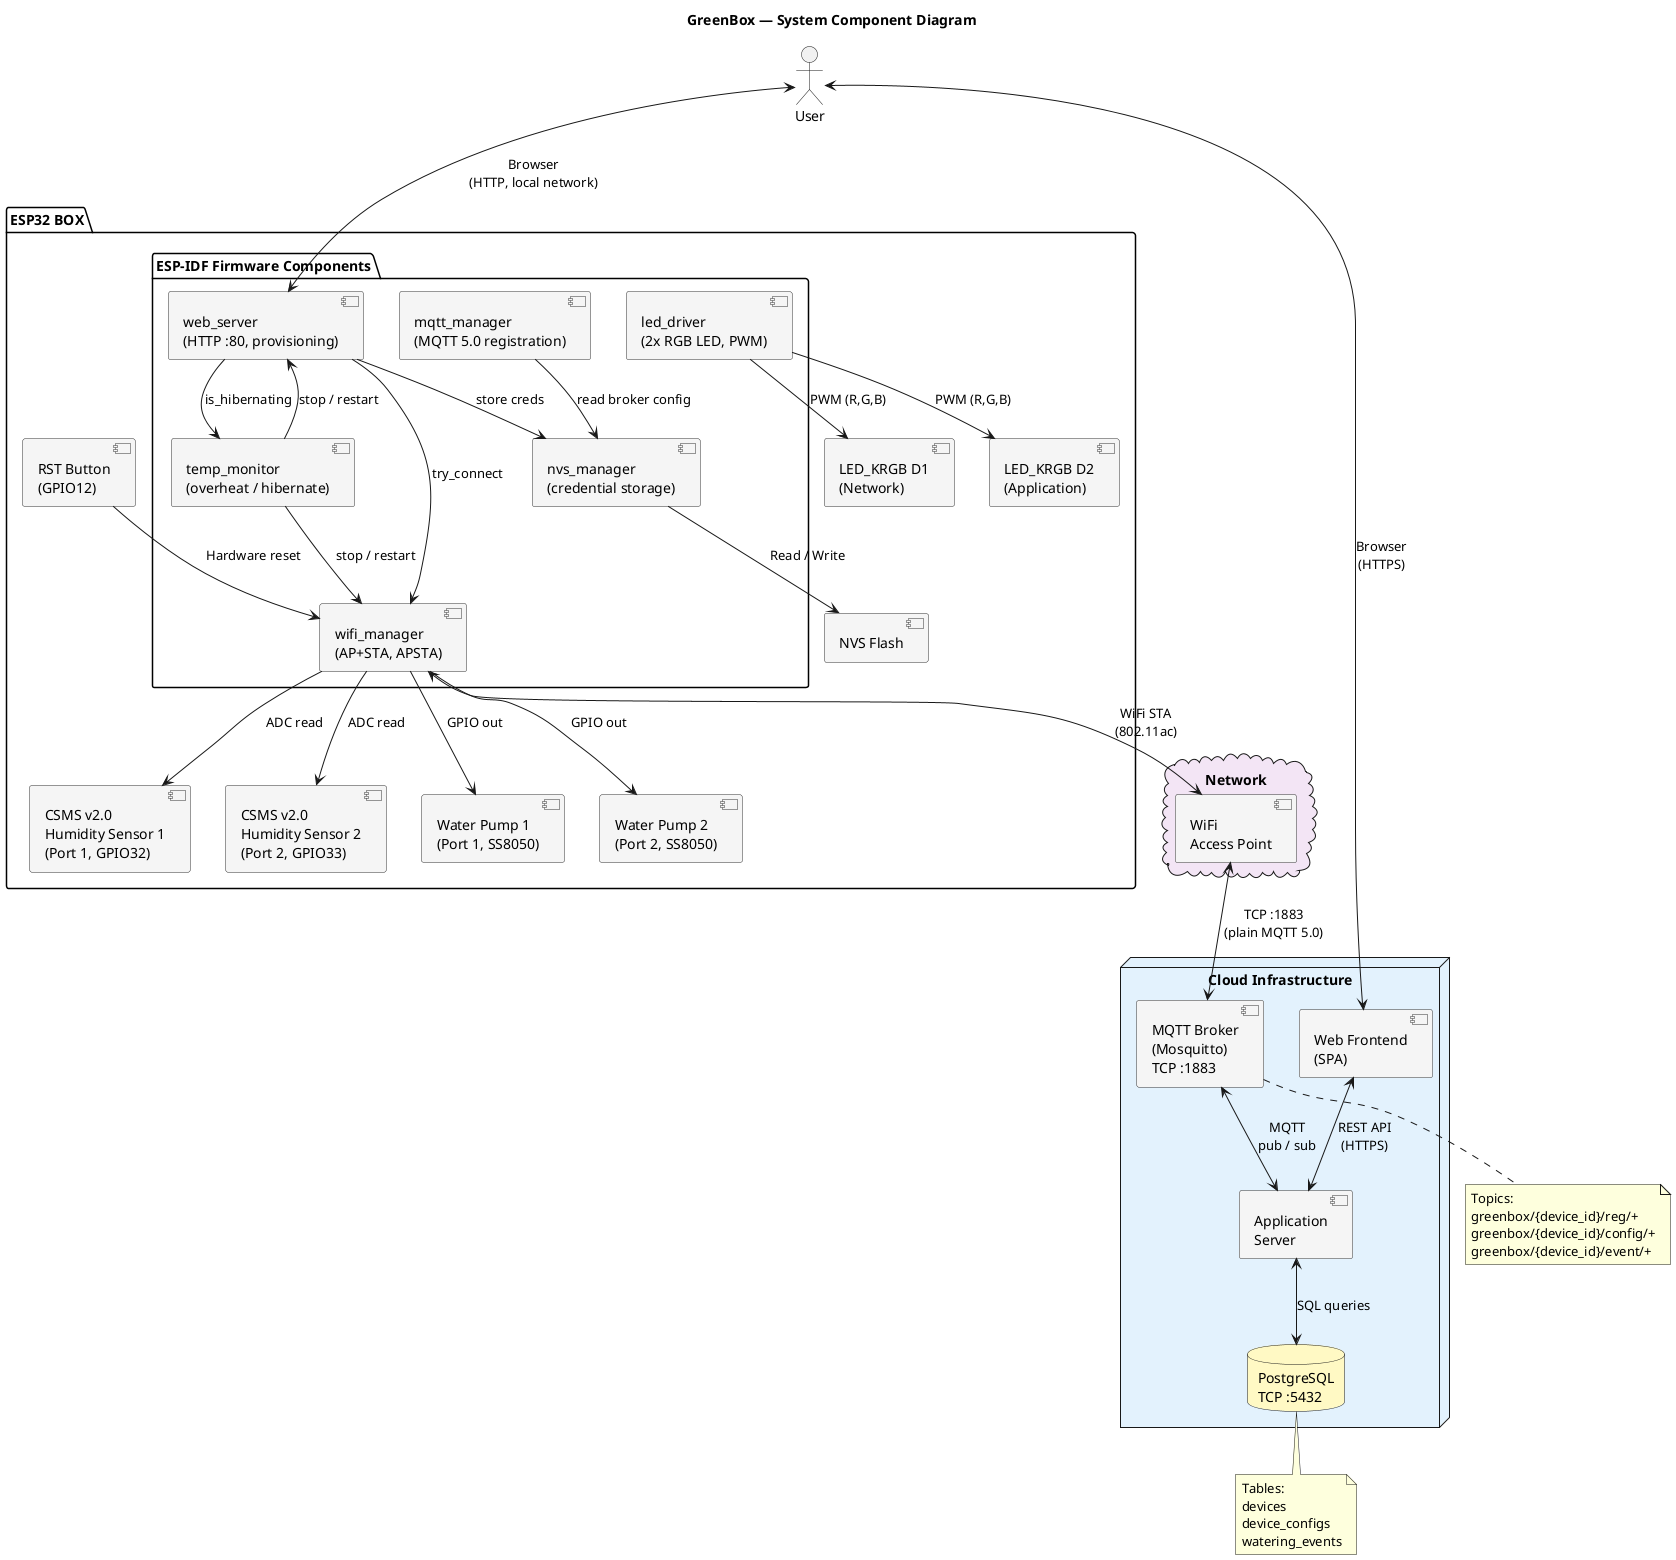
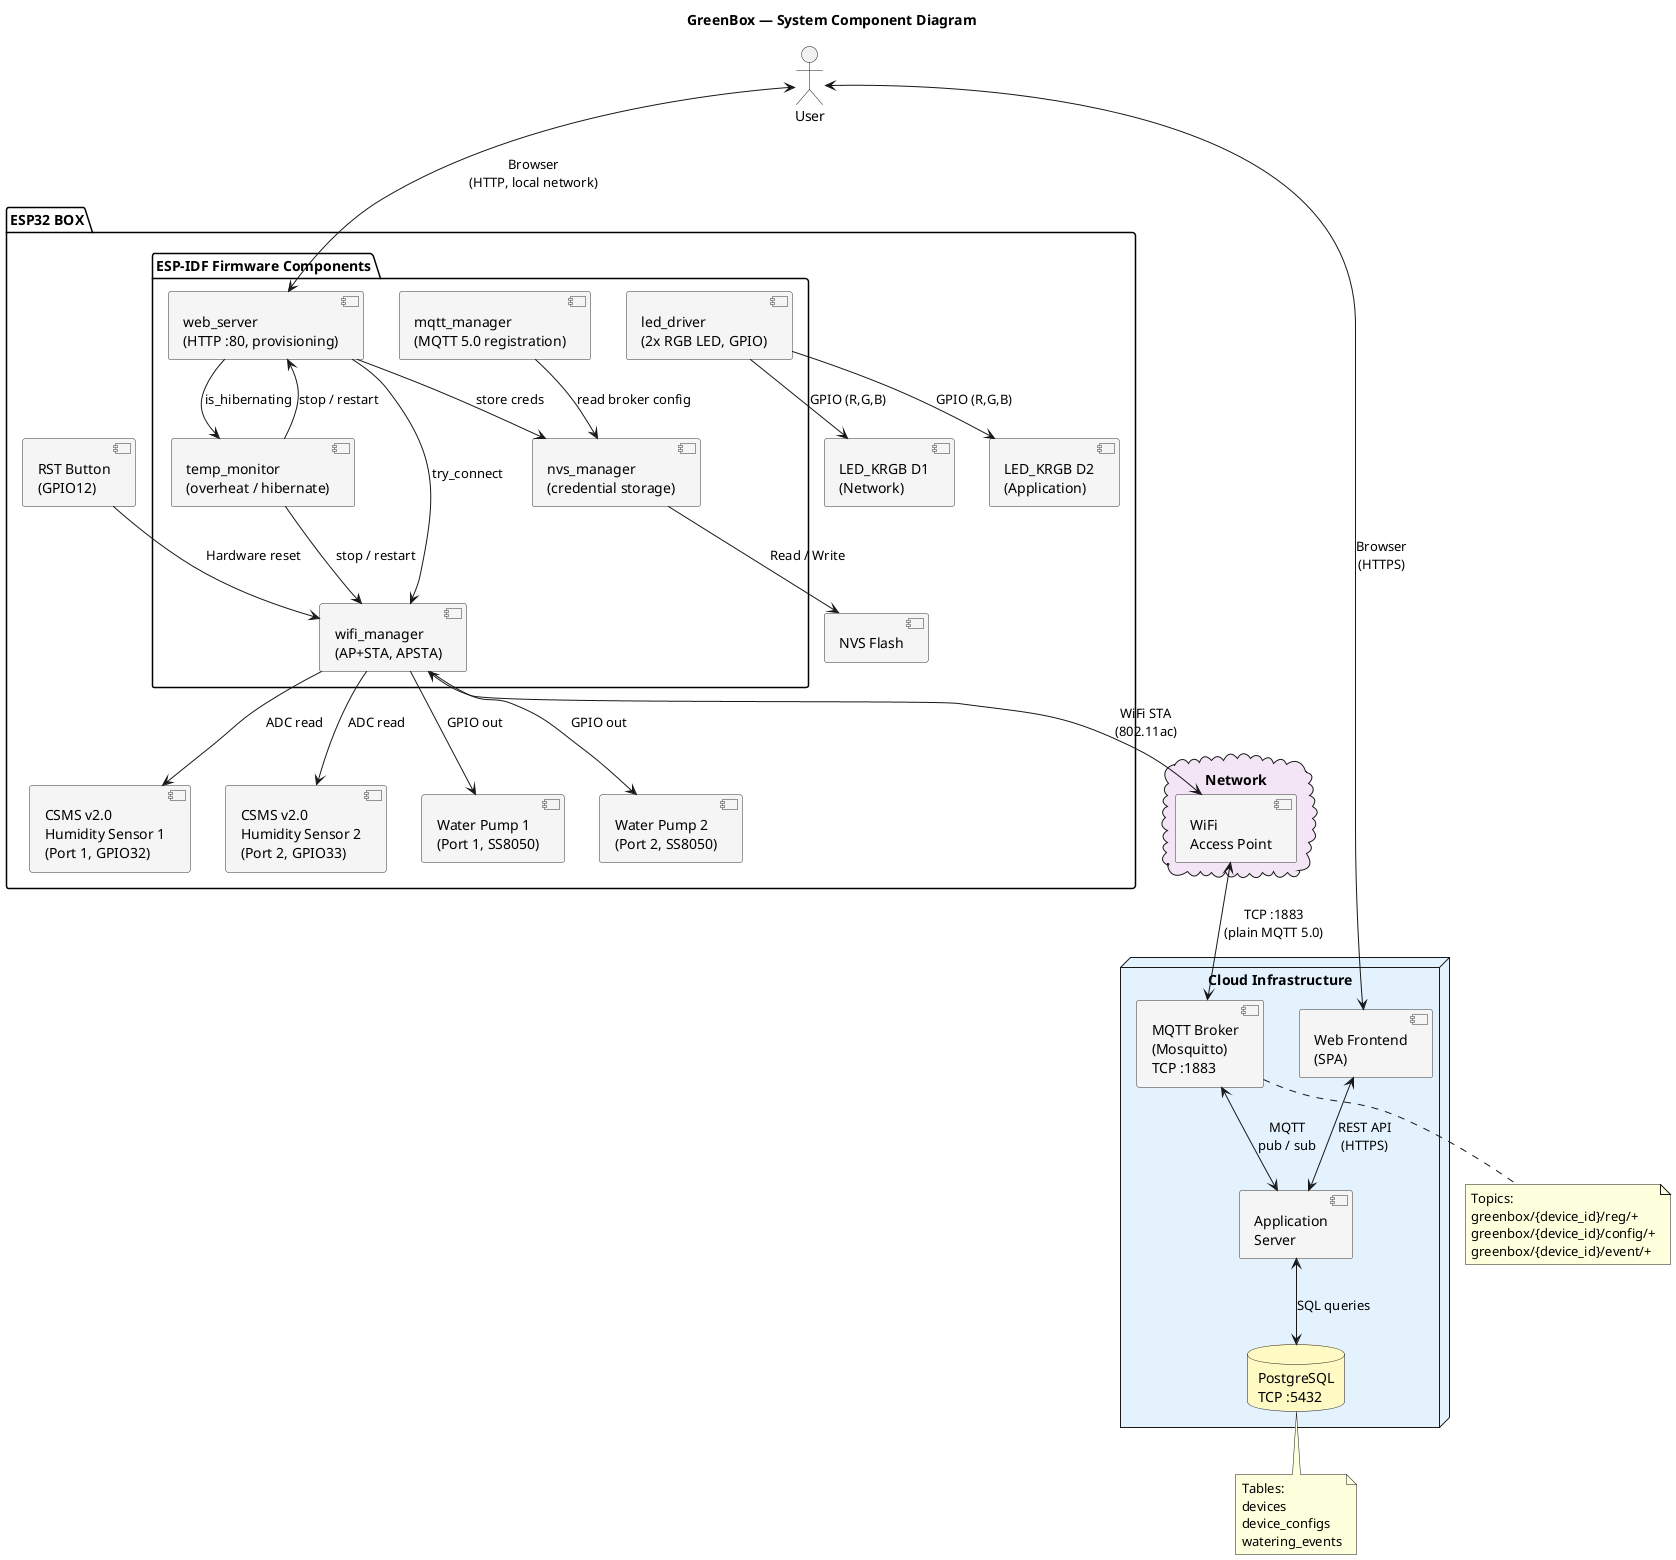
@startuml

title GreenBox — System Component Diagram

skinparam component {
  BackgroundColor #F5F5F5
  BorderColor #333333
}

skinparam node {
  BackgroundColor #E3F2FD
}

skinparam database {
  BackgroundColor #FFF9C4
}

skinparam cloud {
  BackgroundColor #F3E5F5
}

package "ESP32 BOX" {
  package "ESP-IDF Firmware Components" {
    [wifi_manager\n(AP+STA, APSTA)] as WIFIMGR
    [web_server\n(HTTP :80, provisioning)] as ESPWEB
    [mqtt_manager\n(MQTT 5.0 registration)] as MQTTMGR
    [nvs_manager\n(credential storage)] as NVSMGR
-     [led_driver\n(2x RGB LED, PWM)] as LEDDRV
+     [led_driver\n(2x RGB LED, GPIO)] as LEDDRV
    [temp_monitor\n(overheat / hibernate)] as TEMPMON
  }

  [CSMS v2.0\nHumidity Sensor 1\n(Port 1, GPIO32)] as SENSOR1
  [CSMS v2.0\nHumidity Sensor 2\n(Port 2, GPIO33)] as SENSOR2
  [Water Pump 1\n(Port 1, SS8050)] as PUMP1
  [Water Pump 2\n(Port 2, SS8050)] as PUMP2
  [LED_KRGB D1\n(Network)] as LED1
  [LED_KRGB D2\n(Application)] as LED2
  [NVS Flash] as NVS
  [RST Button\n(GPIO12)] as RST

  WIFIMGR --> SENSOR1 : ADC read
  WIFIMGR --> SENSOR2 : ADC read
  RST --> WIFIMGR : Hardware reset
  WIFIMGR --> PUMP1 : GPIO out
  WIFIMGR --> PUMP2 : GPIO out
-   LEDDRV --> LED1 : PWM (R,G,B)
-   LEDDRV --> LED2 : PWM (R,G,B)
+   LEDDRV --> LED1 : GPIO (R,G,B)
+   LEDDRV --> LED2 : GPIO (R,G,B)
  NVSMGR --> NVS : Read / Write
  ESPWEB --> WIFIMGR : try_connect
  ESPWEB --> NVSMGR : store creds
  ESPWEB --> TEMPMON : is_hibernating
  MQTTMGR --> NVSMGR : read broker config
  TEMPMON --> WIFIMGR : stop / restart
  TEMPMON --> ESPWEB : stop / restart
}

cloud "Network" {
  [WiFi\nAccess Point] as WIFI
}

node "Cloud Infrastructure" {
  [MQTT Broker\n(Mosquitto)\nTCP :1883] as BROKER
  [Application\nServer] as SERVER
  database "PostgreSQL\nTCP :5432" as DB
  [Web Frontend\n(SPA)] as WEB
}

actor "User" as USER

WIFIMGR <--> WIFI : WiFi STA\n(802.11ac)
WIFI <--> BROKER : TCP :1883\n(plain MQTT 5.0)

BROKER <--> SERVER : MQTT\npub / sub
SERVER <--> DB : SQL queries
WEB <--> SERVER : REST API\n(HTTPS)
USER <--> WEB : Browser\n(HTTPS)
USER <--> ESPWEB : Browser\n(HTTP, local network)

note bottom of BROKER
  Topics:
  greenbox/{device_id}/reg/+
  greenbox/{device_id}/config/+
  greenbox/{device_id}/event/+
end note

note bottom of DB
  Tables:
  devices
  device_configs
  watering_events
end note

@enduml
